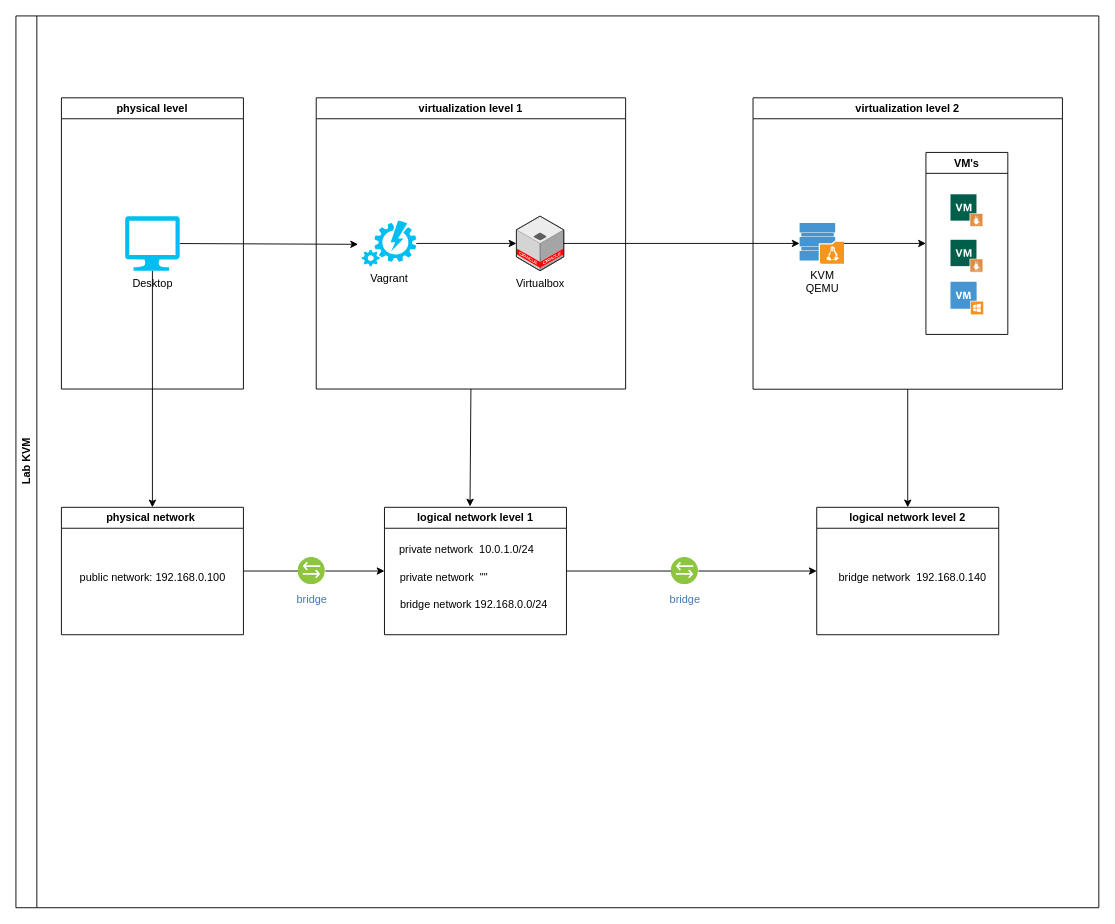
Earlier version of the draw.io diagram lab.drawio (marcossilvestrini/learning-kvm-qemu). Source tidied: cells renumbered, new cells numbered last; positions are measured from the earlier drawing's top-left corner, leaving out a move shared by most shapes. Both pictures are drawn from the tidied source at 91%, with x=0, y=0 at pixel (15, 15).
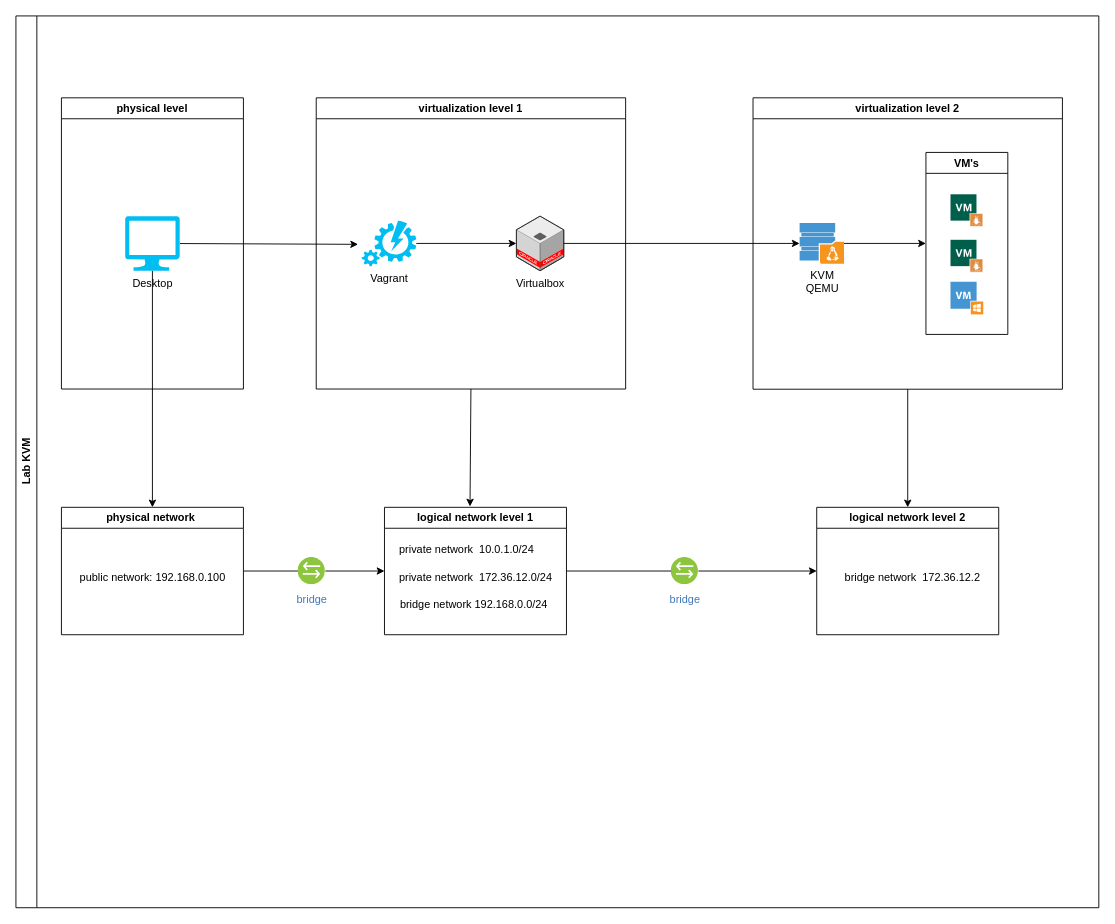
Above is the later version.

Unchanged cells that the change refers to:
```xml
<mxCell id="24" value="logical network level 1" style="swimlane;whiteSpace=wrap;html=1;" parent="2" vertex="1">
  <mxGeometry x="405" y="540" width="200" height="140" as="geometry" />
</mxCell>
<mxCell id="28" value="logical network level 2" style="swimlane;whiteSpace=wrap;html=1;" parent="2" vertex="1">
  <mxGeometry x="880" y="540" width="200" height="140" as="geometry" />
</mxCell>
```

The edit, as a diff of the source:
```diff
@@
-    <mxCell id="25" value="private network&amp;nbsp; &quot;&quot;" style="text;html=1;align=center;verticalAlign=middle;strokeColor=none;fillColor=none;" parent="24" vertex="1">
-      <mxGeometry x="5" y="62" width="120" height="30" as="geometry" />
+    <mxCell id="25" value="private network&amp;nbsp; 172.36.12.0/24" style="text;html=1;align=center;verticalAlign=middle;strokeColor=none;fillColor=none;" parent="24" vertex="1">
+      <mxGeometry x="5" y="62" width="190" height="30" as="geometry" />
     </mxCell>
@@
-    <mxCell id="29" value="bridge network&amp;nbsp; 192.168.0.140" style="text;html=1;align=center;verticalAlign=middle;strokeColor=none;fillColor=none;" parent="28" vertex="1">
-      <mxGeometry x="10" y="62" width="190" height="30" as="geometry" />
+    <mxCell id="29" value="bridge network&amp;nbsp; 172.36.12.2" style="text;html=1;align=center;verticalAlign=middle;strokeColor=none;fillColor=none;" parent="28" vertex="1">
+      <mxGeometry x="15" y="62" width="180" height="30" as="geometry" />
     </mxCell>
```
